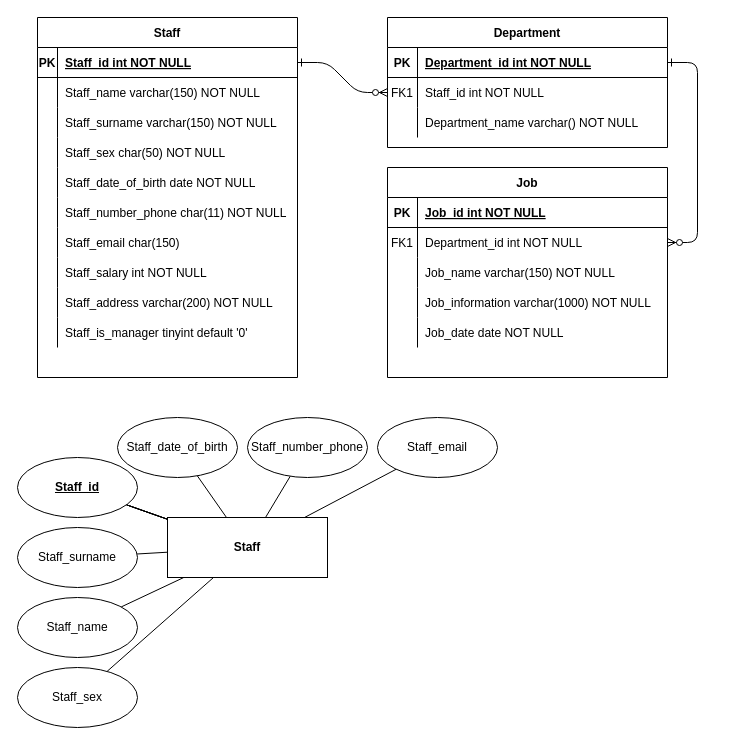
This is page "Page-1" (1 of 2) of QuanLiNhanVien.drawio from Mvt1927/MoHinhEr, a draw.io file, before an edit. Source tidied: cells renumbered, new cells numbered last; positions are measured from the earlier drawing's top-left corner, leaving out a move shared by most shapes. Both pictures are drawn from the tidied source at 100%, with x=0, y=0 at pixel (17, 17).
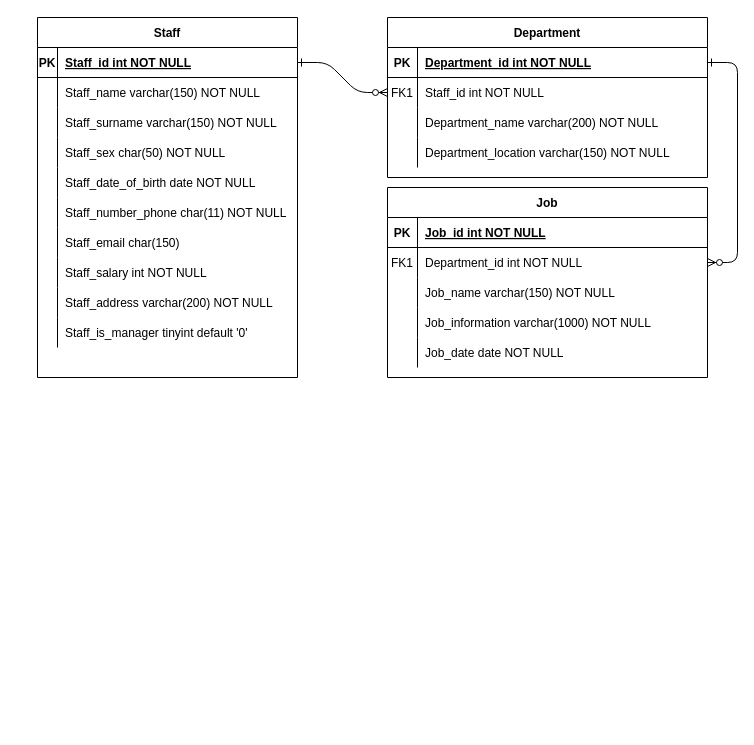
Above is the later version.

Diff of the diagram source:
```diff
@@
     <mxCell id="4" value="Department" style="shape=table;startSize=30;childLayout=tableLayout;rowLines=0;fontStyle=1;align=center;" parent="1" vertex="1">
-      <mxGeometry x="370" width="280" height="130" as="geometry" />
+      <mxGeometry x="370" width="320" height="160" as="geometry" />
     </mxCell>
     <mxCell id="5" style="shape=partialRectangle;fillColor=none;points=[[0,0.5],[1,0.5]];portConstraint=eastwest;top=0;left=0;right=0;bottom=1;" parent="4" vertex="1">
-      <mxGeometry y="30" width="280" height="30" as="geometry" />
+      <mxGeometry y="30" width="320" height="30" as="geometry" />
     </mxCell>
@@
     <mxCell id="7" value="Department_id int NOT NULL " style="shape=partialRectangle;overflow=hidden;fillColor=none;top=0;left=0;bottom=0;right=0;align=left;spacingLeft=6;fontStyle=5;" parent="5" vertex="1">
-      <mxGeometry x="30" width="250" height="30" as="geometry" />
+      <mxGeometry x="30" width="290" height="30" as="geometry" />
     </mxCell>
     <mxCell id="8" style="shape=partialRectangle;fillColor=none;points=[[0,0.5],[1,0.5]];portConstraint=eastwest;top=0;left=0;right=0;bottom=0;" parent="4" vertex="1">
-      <mxGeometry y="60" width="280" height="30" as="geometry" />
+      <mxGeometry y="60" width="320" height="30" as="geometry" />
     </mxCell>
@@
     <mxCell id="10" value="Staff_id int NOT NULL" style="shape=partialRectangle;overflow=hidden;fillColor=none;top=0;left=0;bottom=0;right=0;align=left;spacingLeft=6;" parent="8" vertex="1">
-      <mxGeometry x="30" width="250" height="30" as="geometry" />
+      <mxGeometry x="30" width="290" height="30" as="geometry" />
     </mxCell>
     <mxCell id="11" style="shape=partialRectangle;fillColor=none;top=0;left=0;right=0;bottom=0;" parent="4" vertex="1">
-      <mxGeometry y="90" width="280" height="30" as="geometry" />
+      <mxGeometry y="90" width="320" height="30" as="geometry" />
     </mxCell>
@@
-    <mxCell id="13" value="Department_name varchar() NOT NULL" style="shape=partialRectangle;overflow=hidden;fillColor=none;top=0;left=0;bottom=0;right=0;align=left;spacingLeft=6;" parent="11" vertex="1">
-      <mxGeometry x="30" width="250" height="30" as="geometry" />
+    <mxCell id="13" value="Department_name varchar(200) NOT NULL" style="shape=partialRectangle;overflow=hidden;fillColor=none;top=0;left=0;bottom=0;right=0;align=left;spacingLeft=6;" parent="11" vertex="1">
+      <mxGeometry x="30" width="290" height="30" as="geometry" />
     </mxCell>
+    <mxCell id="79" style="shape=partialRectangle;fillColor=none;top=0;left=0;bottom=0;right=0;" parent="4" vertex="1">
+      <mxGeometry y="120" width="320" height="30" as="geometry" />
+    </mxCell>
+    <mxCell id="80" style="shape=partialRectangle;fillColor=none;top=0;left=0;bottom=0;right=0;overflow=hidden;" parent="79" vertex="1">
+      <mxGeometry width="30" height="30" as="geometry" />
+    </mxCell>
+    <mxCell id="81" value="Department_location varchar(150) NOT NULL" style="shape=partialRectangle;fillColor=none;top=0;left=0;bottom=0;right=0;align=left;spacingLeft=6;overflow=hidden;" parent="79" vertex="1">
+      <mxGeometry x="30" width="290" height="30" as="geometry" />
+    </mxCell>
     <mxCell id="14" value="Job" style="shape=table;startSize=30;childLayout=tableLayout;rowLines=0;fontStyle=1;align=center;" parent="1" vertex="1">
-      <mxGeometry x="370" y="150" width="280" height="210" as="geometry" />
+      <mxGeometry x="370" y="170" width="320" height="190" as="geometry" />
     </mxCell>
     <mxCell id="15" style="shape=partialRectangle;fillColor=none;top=0;left=0;right=0;bottom=1;" parent="14" vertex="1">
-      <mxGeometry y="30" width="280" height="30" as="geometry" />
+      <mxGeometry y="30" width="320" height="30" as="geometry" />
     </mxCell>
@@
     <mxCell id="17" value="Job_id int NOT NULL " style="shape=partialRectangle;overflow=hidden;fillColor=none;top=0;left=0;bottom=0;right=0;align=left;spacingLeft=6;fontStyle=5;" parent="15" vertex="1">
-      <mxGeometry x="30" width="250" height="30" as="geometry" />
+      <mxGeometry x="30" width="290" height="30" as="geometry" />
     </mxCell>
     <mxCell id="18" style="shape=partialRectangle;fillColor=none;points=[[0,0.5],[1,0.5]];portConstraint=eastwest;top=0;left=0;right=0;bottom=0;" parent="14" vertex="1">
-      <mxGeometry y="60" width="280" height="30" as="geometry" />
+      <mxGeometry y="60" width="320" height="30" as="geometry" />
     </mxCell>
@@
     <mxCell id="20" value="Department_id int NOT NULL" style="shape=partialRectangle;overflow=hidden;fillColor=none;top=0;left=0;bottom=0;right=0;align=left;spacingLeft=6;" parent="18" vertex="1">
-      <mxGeometry x="30" width="250" height="30" as="geometry" />
+      <mxGeometry x="30" width="290" height="30" as="geometry" />
     </mxCell>
     <mxCell id="21" style="shape=partialRectangle;fillColor=none;top=0;left=0;right=0;bottom=0;" parent="14" vertex="1">
-      <mxGeometry y="90" width="280" height="30" as="geometry" />
+      <mxGeometry y="90" width="320" height="30" as="geometry" />
     </mxCell>
@@
     <mxCell id="23" value="Job_name varchar(150) NOT NULL" style="shape=partialRectangle;overflow=hidden;fillColor=none;top=0;left=0;bottom=0;right=0;align=left;spacingLeft=6;" parent="21" vertex="1">
-      <mxGeometry x="30" width="250" height="30" as="geometry" />
+      <mxGeometry x="30" width="290" height="30" as="geometry" />
     </mxCell>
     <mxCell id="24" style="shape=partialRectangle;fillColor=none;top=0;left=0;bottom=0;right=0;" parent="14" vertex="1">
-      <mxGeometry y="120" width="280" height="30" as="geometry" />
+      <mxGeometry y="120" width="320" height="30" as="geometry" />
     </mxCell>
@@
     <mxCell id="26" value="Job_information varchar(1000) NOT NULL" style="shape=partialRectangle;fillColor=none;top=0;left=0;bottom=0;right=0;align=left;spacingLeft=6;overflow=hidden;" parent="24" vertex="1">
-      <mxGeometry x="30" width="250" height="30" as="geometry" />
+      <mxGeometry x="30" width="290" height="30" as="geometry" />
     </mxCell>
     <mxCell id="27" style="shape=partialRectangle;fillColor=none;top=0;left=0;bottom=0;right=0;" parent="14" vertex="1">
-      <mxGeometry y="150" width="280" height="30" as="geometry" />
+      <mxGeometry y="150" width="320" height="30" as="geometry" />
     </mxCell>
@@
     <mxCell id="29" value="Job_date date NOT NULL" style="shape=partialRectangle;fillColor=none;top=0;left=0;bottom=0;right=0;align=left;spacingLeft=6;overflow=hidden;" parent="27" vertex="1">
-      <mxGeometry x="30" width="250" height="30" as="geometry" />
+      <mxGeometry x="30" width="290" height="30" as="geometry" />
     </mxCell>
@@
-    <mxCell id="61" style="rounded=0;jettySize=auto;html=1;endArrow=none;endFill=0;" parent="1" edge="1" source="71" target="72">
-      <mxGeometry relative="1" as="geometry" />
-    </mxCell>
-    <mxCell id="62" style="edgeStyle=none;rounded=0;jettySize=auto;html=1;endArrow=none;endFill=0;" parent="1" edge="1" source="71" target="72">
-      <mxGeometry relative="1" as="geometry" />
-    </mxCell>
-    <mxCell id="63" style="edgeStyle=none;rounded=0;jettySize=auto;html=1;endArrow=none;endFill=0;" parent="1" edge="1" source="71" target="72">
-      <mxGeometry relative="1" as="geometry" />
-    </mxCell>
-    <mxCell id="64" style="edgeStyle=none;rounded=0;jettySize=auto;html=1;endArrow=none;endFill=0;" parent="1" edge="1" source="71" target="73">
-      <mxGeometry relative="1" as="geometry" />
-    </mxCell>
-    <mxCell id="65" style="edgeStyle=none;rounded=0;jettySize=auto;html=1;endArrow=none;endFill=0;" parent="1" edge="1" source="71" target="72">
-      <mxGeometry relative="1" as="geometry" />
-    </mxCell>
-    <mxCell id="66" style="edgeStyle=none;rounded=0;jettySize=auto;html=1;endArrow=none;endFill=0;" parent="1" edge="1" source="71" target="74">
-      <mxGeometry relative="1" as="geometry" />
-    </mxCell>
-    <mxCell id="67" style="edgeStyle=none;rounded=0;jettySize=auto;html=1;endArrow=none;endFill=0;" parent="1" edge="1" source="71" target="75">
-      <mxGeometry relative="1" as="geometry" />
-    </mxCell>
-    <mxCell id="68" style="edgeStyle=none;rounded=0;jettySize=auto;html=1;endArrow=none;endFill=0;" parent="1" edge="1" source="71" target="76">
-      <mxGeometry relative="1" as="geometry" />
-    </mxCell>
-    <mxCell id="69" style="edgeStyle=none;rounded=0;jettySize=auto;html=1;endArrow=none;endFill=0;" parent="1" edge="1" source="71" target="77">
-      <mxGeometry relative="1" as="geometry" />
-    </mxCell>
-    <mxCell id="70" style="edgeStyle=none;rounded=0;jettySize=auto;html=1;endArrow=none;endFill=0;" parent="1" edge="1" source="71" target="78">
-      <mxGeometry relative="1" as="geometry" />
-    </mxCell>
-    <mxCell id="71" value="&lt;b&gt;Staff&lt;/b&gt;" style="rounded=0;whiteSpace=wrap;html=1;" parent="1" vertex="1">
-      <mxGeometry x="150" y="500" width="160" height="60" as="geometry" />
-    </mxCell>
-    <mxCell id="72" value="&lt;span style=&quot;font-weight: 700 ; text-align: left&quot;&gt;&lt;u&gt;Staff_id&lt;/u&gt;&lt;/span&gt;" style="ellipse;whiteSpace=wrap;html=1;rounded=0;" parent="1" vertex="1">
-      <mxGeometry y="440" width="120" height="60" as="geometry" />
-    </mxCell>
-    <mxCell id="73" value="&lt;span style=&quot;text-align: left&quot;&gt;Staff_name&lt;/span&gt;" style="ellipse;whiteSpace=wrap;html=1;rounded=0;" parent="1" vertex="1">
-      <mxGeometry y="580" width="120" height="60" as="geometry" />
-    </mxCell>
-    <mxCell id="74" value="&lt;span style=&quot;text-align: left&quot;&gt;Staff_surname&lt;/span&gt;" style="ellipse;whiteSpace=wrap;html=1;rounded=0;" parent="1" vertex="1">
-      <mxGeometry y="510" width="120" height="60" as="geometry" />
-    </mxCell>
-    <mxCell id="75" value="&lt;span style=&quot;text-align: left&quot;&gt;Staff_sex&lt;br&gt;&lt;/span&gt;" style="ellipse;whiteSpace=wrap;html=1;rounded=0;" parent="1" vertex="1">
-      <mxGeometry y="650" width="120" height="60" as="geometry" />
-    </mxCell>
-    <mxCell id="76" value="&lt;span style=&quot;text-align: left&quot;&gt;Staff_date_of_birth&lt;/span&gt;" style="ellipse;whiteSpace=wrap;html=1;rounded=0;" parent="1" vertex="1">
-      <mxGeometry x="100" y="400" width="120" height="60" as="geometry" />
-    </mxCell>
-    <mxCell id="77" value="&lt;span style=&quot;text-align: left&quot;&gt;Staff_number_phone&lt;/span&gt;" style="ellipse;whiteSpace=wrap;html=1;rounded=0;" parent="1" vertex="1">
-      <mxGeometry x="230" y="400" width="120" height="60" as="geometry" />
-    </mxCell>
-    <mxCell id="78" value="&lt;span style=&quot;text-align: left&quot;&gt;Staff_email&lt;/span&gt;" style="ellipse;whiteSpace=wrap;html=1;rounded=0;" parent="1" vertex="1">
-      <mxGeometry x="360" y="400" width="120" height="60" as="geometry" />
-    </mxCell>
```
